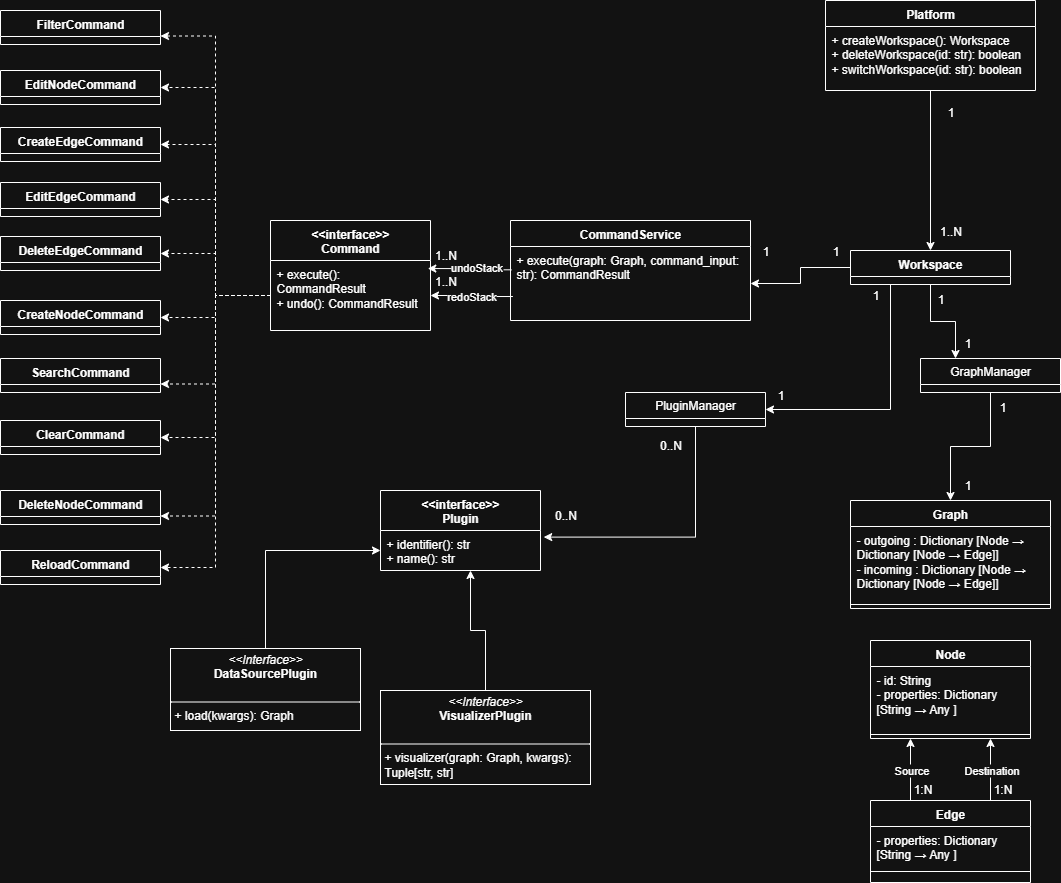
Above: class_diagram/class_diagram.png in lazarnagulov/graph-visualizer (draw.io), before the change. Source tidied: cells renumbered, new cells last; positions are measured from the earlier drawing's top-left corner, leaving out a move shared by most shapes.
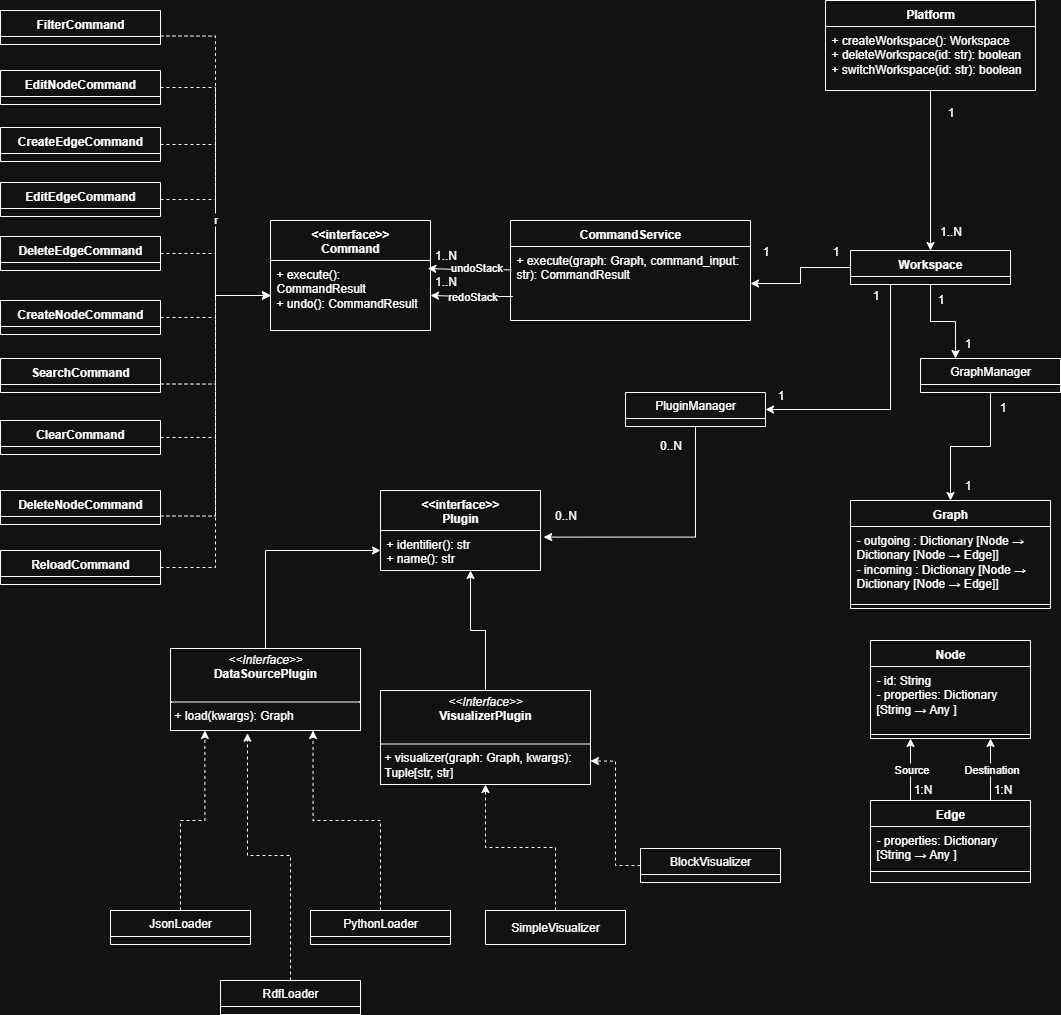
After the change.

Commit message:
#19 docs: Add plugins to class diagram

Change to the diagram source:
```diff
@@ -17,19 +17,19 @@
     <mxCell id="6" value="+ execute(graph: Graph, command_input: str): CommandResult" style="text;strokeColor=none;fillColor=none;align=left;verticalAlign=top;spacingLeft=4;spacingRight=4;overflow=hidden;points=[[0,0.5],[1,0.5]];portConstraint=eastwest;whiteSpace=wrap;html=1;" parent="5" vertex="1">
       <mxGeometry y="26" width="240" height="74" as="geometry" />
     </mxCell>
-    <mxCell id="7" style="edgeStyle=orthogonalEdgeStyle;rounded=0;jettySize=auto;html=1;entryX=1;entryY=0.5;entryDx=0;entryDy=0;dashed=1;exitX=0;exitY=0.5;exitDx=0;exitDy=0;" parent="1" edge="1" source="13" target="39">
+    <mxCell id="7" style="edgeStyle=orthogonalEdgeStyle;rounded=0;jettySize=auto;html=1;entryX=0;entryY=0.5;entryDx=0;entryDy=0;dashed=1;exitX=1;exitY=0.5;exitDx=0;exitDy=0;" parent="1" edge="1" source="39" target="13">
       <mxGeometry relative="1" as="geometry" />
     </mxCell>
-    <mxCell id="8" style="edgeStyle=orthogonalEdgeStyle;rounded=0;jettySize=auto;html=1;entryX=1;entryY=0.5;entryDx=0;entryDy=0;dashed=1;exitX=0;exitY=0.5;exitDx=0;exitDy=0;" parent="1" edge="1" source="13" target="41">
+    <mxCell id="8" style="edgeStyle=orthogonalEdgeStyle;rounded=0;jettySize=auto;html=1;entryX=0;entryY=0.5;entryDx=0;entryDy=0;dashed=1;exitX=1;exitY=0.5;exitDx=0;exitDy=0;" parent="1" edge="1" source="41" target="13">
       <mxGeometry relative="1" as="geometry" />
     </mxCell>
-    <mxCell id="9" style="edgeStyle=orthogonalEdgeStyle;rounded=0;jettySize=auto;html=1;entryX=1;entryY=0.5;entryDx=0;entryDy=0;dashed=1;exitX=0;exitY=0.5;exitDx=0;exitDy=0;" parent="1" edge="1" source="13" target="43">
+    <mxCell id="9" style="edgeStyle=orthogonalEdgeStyle;rounded=0;jettySize=auto;html=1;entryX=0;entryY=0.5;entryDx=0;entryDy=0;dashed=1;exitX=1;exitY=0.5;exitDx=0;exitDy=0;" parent="1" edge="1" source="43" target="13">
       <mxGeometry relative="1" as="geometry" />
     </mxCell>
-    <mxCell id="10" style="edgeStyle=orthogonalEdgeStyle;rounded=0;jettySize=auto;html=1;entryX=1;entryY=0.75;entryDx=0;entryDy=0;dashed=1;exitX=0;exitY=0.5;exitDx=0;exitDy=0;" parent="1" edge="1" source="13" target="40">
+    <mxCell id="10" style="edgeStyle=orthogonalEdgeStyle;rounded=0;jettySize=auto;html=1;entryX=0;entryY=0.5;entryDx=0;entryDy=0;dashed=1;exitX=1;exitY=0.75;exitDx=0;exitDy=0;" parent="1" edge="1" source="40" target="13">
       <mxGeometry relative="1" as="geometry" />
     </mxCell>
-    <mxCell id="11" style="edgeStyle=orthogonalEdgeStyle;rounded=0;jettySize=auto;html=1;entryX=1;entryY=0.75;entryDx=0;entryDy=0;exitX=0;exitY=0.5;exitDx=0;exitDy=0;dashed=1;" parent="1" edge="1" source="13" target="45">
+    <mxCell id="11" style="edgeStyle=orthogonalEdgeStyle;rounded=0;jettySize=auto;html=1;entryX=0;entryY=0.5;entryDx=0;entryDy=0;exitX=1;exitY=0.75;exitDx=0;exitDy=0;dashed=1;" parent="1" edge="1" source="45" target="13">
       <mxGeometry relative="1" as="geometry" />
     </mxCell>
     <mxCell id="12" value="&amp;lt;&amp;lt;interface&amp;gt;&amp;gt;&lt;div&gt;Command&lt;/div&gt;" style="swimlane;fontStyle=1;align=center;verticalAlign=top;horizontal=1;startSize=40;whiteSpace=wrap;html=1;" parent="1" vertex="1">
@@ -140,19 +140,19 @@
     <mxCell id="47" value="&lt;span style=&quot;background-color: transparent; color: light-dark(rgb(0, 0, 0), rgb(255, 255, 255));&quot;&gt;Reload&lt;/span&gt;&lt;span style=&quot;background-color: transparent; color: light-dark(rgb(0, 0, 0), rgb(255, 255, 255));&quot;&gt;Command&lt;/span&gt;" style="swimlane;fontStyle=1;align=center;verticalAlign=top;horizontal=1;startSize=26;whiteSpace=wrap;html=1;" parent="1" vertex="1">
       <mxGeometry y="550" width="160" height="34" as="geometry" />
     </mxCell>
-    <mxCell id="48" style="edgeStyle=orthogonalEdgeStyle;rounded=0;jettySize=auto;html=1;entryX=1;entryY=0.5;entryDx=0;entryDy=0;dashed=1;" parent="1" edge="1" source="13" target="42">
+    <mxCell id="48" value="r" style="edgeStyle=orthogonalEdgeStyle;rounded=0;jettySize=auto;html=1;dashed=1;exitX=1;exitY=0.5;exitDx=0;exitDy=0;" parent="1" edge="1" source="42" target="13">
       <mxGeometry relative="1" as="geometry" />
     </mxCell>
-    <mxCell id="49" style="edgeStyle=orthogonalEdgeStyle;rounded=0;jettySize=auto;html=1;dashed=1;" parent="1" edge="1" source="13" target="38">
+    <mxCell id="49" style="edgeStyle=orthogonalEdgeStyle;rounded=0;jettySize=auto;html=1;dashed=1;" parent="1" edge="1" source="38" target="13">
       <mxGeometry relative="1" as="geometry" />
     </mxCell>
-    <mxCell id="50" style="edgeStyle=orthogonalEdgeStyle;rounded=0;jettySize=auto;html=1;entryX=1;entryY=0.75;entryDx=0;entryDy=0;dashed=1;" parent="1" edge="1" source="13" target="46">
+    <mxCell id="50" style="edgeStyle=orthogonalEdgeStyle;rounded=0;jettySize=auto;html=1;dashed=1;exitX=1;exitY=0.75;exitDx=0;exitDy=0;" parent="1" edge="1" source="46" target="13">
       <mxGeometry relative="1" as="geometry" />
     </mxCell>
-    <mxCell id="51" style="edgeStyle=orthogonalEdgeStyle;rounded=0;jettySize=auto;html=1;entryX=1;entryY=0.5;entryDx=0;entryDy=0;dashed=1;" parent="1" edge="1" source="13" target="44">
+    <mxCell id="51" style="edgeStyle=orthogonalEdgeStyle;rounded=0;jettySize=auto;html=1;dashed=1;exitX=1;exitY=0.5;exitDx=0;exitDy=0;" parent="1" edge="1" source="44" target="13">
       <mxGeometry relative="1" as="geometry" />
     </mxCell>
-    <mxCell id="52" style="edgeStyle=orthogonalEdgeStyle;rounded=0;jettySize=auto;html=1;entryX=1;entryY=0.5;entryDx=0;entryDy=0;dashed=1;" parent="1" edge="1" source="13" target="47">
+    <mxCell id="52" style="edgeStyle=orthogonalEdgeStyle;rounded=0;jettySize=auto;html=1;dashed=1;exitX=1;exitY=0.5;exitDx=0;exitDy=0;" parent="1" edge="1" source="47" target="13">
       <mxGeometry relative="1" as="geometry" />
     </mxCell>
     <mxCell id="53" style="edgeStyle=orthogonalEdgeStyle;rounded=0;jettySize=auto;html=1;entryX=0.983;entryY=0.115;entryDx=0;entryDy=0;entryPerimeter=0;exitX=0.004;exitY=0.315;exitDx=0;exitDy=0;exitPerimeter=0;" parent="1" edge="1" source="6" target="13">
@@ -233,5 +233,35 @@
     <mxCell id="75" value="1" style="text;html=1;align=center;verticalAlign=middle;strokeColor=none;fillColor=none;" parent="1" vertex="1">
       <mxGeometry x="987" y="392" width="30" height="30" as="geometry" />
     </mxCell>
+    <mxCell id="76" value="JsonLoader" style="swimlane;fontStyle=0;horizontal=1;startSize=26;fillColor=none;whiteSpace=wrap;html=1;" parent="1" vertex="1">
+      <mxGeometry x="110" y="910" width="140" height="34" as="geometry" />
+    </mxCell>
+    <mxCell id="77" style="edgeStyle=orthogonalEdgeStyle;rounded=0;jettySize=auto;html=1;entryX=0.181;entryY=1;entryDx=0;entryDy=0;entryPerimeter=0;dashed=1;" parent="1" edge="1" source="76" target="63">
+      <mxGeometry relative="1" as="geometry" />
+    </mxCell>
+    <mxCell id="78" value="PythonLoader" style="swimlane;fontStyle=0;horizontal=1;startSize=26;fillColor=none;whiteSpace=wrap;html=1;" parent="1" vertex="1">
+      <mxGeometry x="310" y="910" width="140" height="34" as="geometry" />
+    </mxCell>
+    <mxCell id="79" style="edgeStyle=orthogonalEdgeStyle;rounded=0;jettySize=auto;html=1;entryX=0.75;entryY=1;entryDx=0;entryDy=0;dashed=1;" parent="1" edge="1" source="78" target="63">
+      <mxGeometry relative="1" as="geometry" />
+    </mxCell>
+    <mxCell id="80" value="RdfLoader" style="swimlane;fontStyle=0;horizontal=1;startSize=26;fillColor=none;whiteSpace=wrap;html=1;" parent="1" vertex="1">
+      <mxGeometry x="220" y="980" width="140" height="34" as="geometry" />
+    </mxCell>
+    <mxCell id="81" style="edgeStyle=orthogonalEdgeStyle;rounded=0;jettySize=auto;html=1;entryX=0.405;entryY=1.033;entryDx=0;entryDy=0;entryPerimeter=0;dashed=1;" parent="1" edge="1" source="80" target="63">
+      <mxGeometry relative="1" as="geometry" />
+    </mxCell>
+    <mxCell id="82" style="edgeStyle=orthogonalEdgeStyle;rounded=0;jettySize=auto;html=1;entryX=1;entryY=0.75;entryDx=0;entryDy=0;dashed=1;" parent="1" edge="1" source="83" target="65">
+      <mxGeometry relative="1" as="geometry" />
+    </mxCell>
+    <mxCell id="83" value="BlockVisualizer" style="swimlane;fontStyle=0;horizontal=1;startSize=26;fillColor=none;whiteSpace=wrap;html=1;" parent="1" vertex="1">
+      <mxGeometry x="640" y="848" width="140" height="34" as="geometry" />
+    </mxCell>
+    <mxCell id="84" style="edgeStyle=orthogonalEdgeStyle;rounded=0;jettySize=auto;html=1;dashed=1;" parent="1" edge="1" source="85" target="65">
+      <mxGeometry relative="1" as="geometry" />
+    </mxCell>
+    <mxCell id="85" value="SimpleVisualizer" style="swimlane;fontStyle=0;horizontal=1;startSize=34;fillColor=none;whiteSpace=wrap;html=1;" parent="1" vertex="1">
+      <mxGeometry x="485" y="910" width="140" height="34" as="geometry" />
+    </mxCell>
   </root>
 </mxGraphModel>
```
